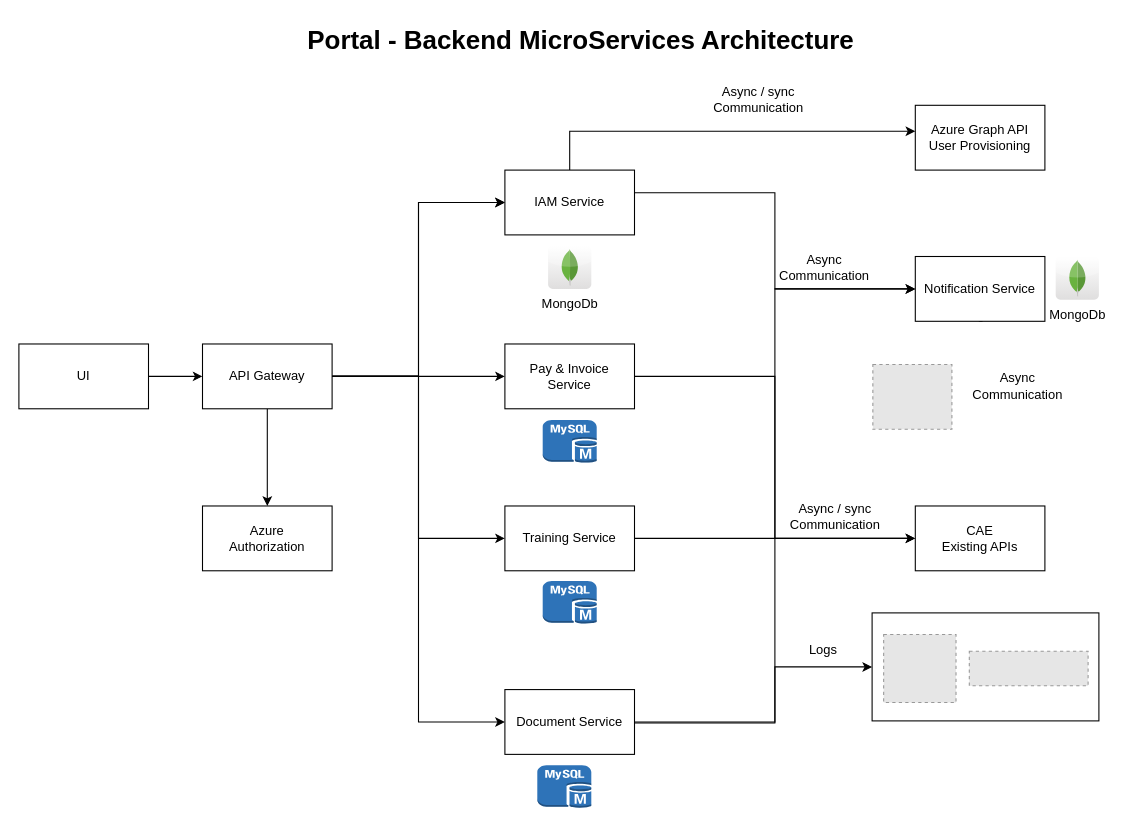
This is Untitled Diagram.drawio from madhutelugu/Tutorial, a draw.io file, before an edit. Source tidied: cells renumbered, new cells numbered last; positions are measured from the earlier drawing's top-left corner, leaving out a move shared by most shapes. Both pictures are drawn from the tidied source at 108%, with x=0, y=0 at pixel (18, 18). Pictures stored in the file or linked from it are replaced by grey dashed boxes.
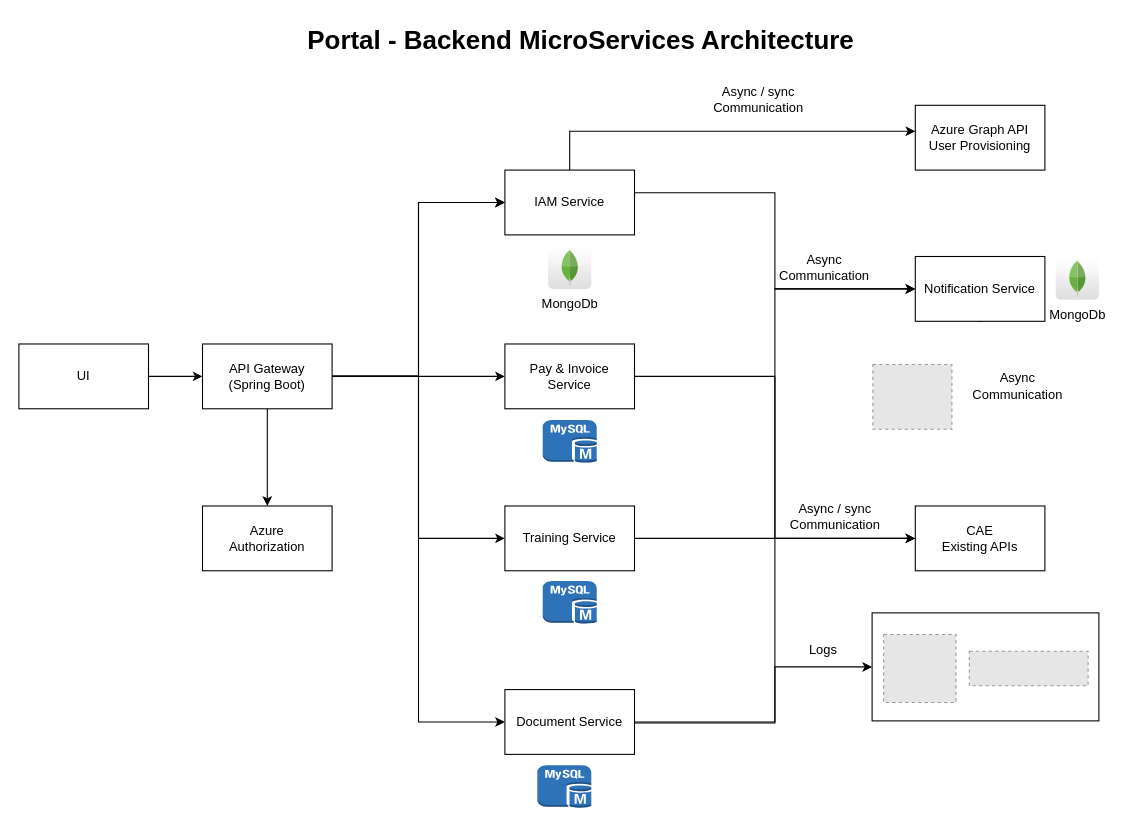
Above is the later version.

Commit message:
portal backend architecture

What changed in the source:
```diff
@@
-    <mxCell id="8" value="API Gateway" style="rounded=0;whiteSpace=wrap;html=1;" parent="1" vertex="1">
+    <mxCell id="8" value="API Gateway&lt;br&gt;(Spring Boot)" style="rounded=0;whiteSpace=wrap;html=1;" parent="1" vertex="1">
       <mxGeometry x="170" y="301" width="120" height="60" as="geometry" />
     </mxCell>
```
